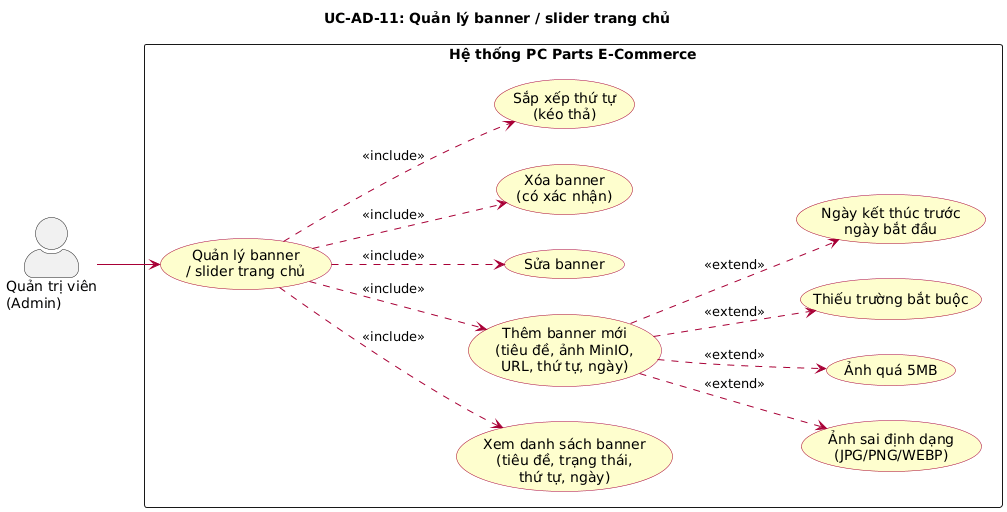
Above: docs/diagrams/images/uc_AD11_quan_ly_banner.png in huuhieu56/PC-Parts-ECommerce (PlantUML), before the change.
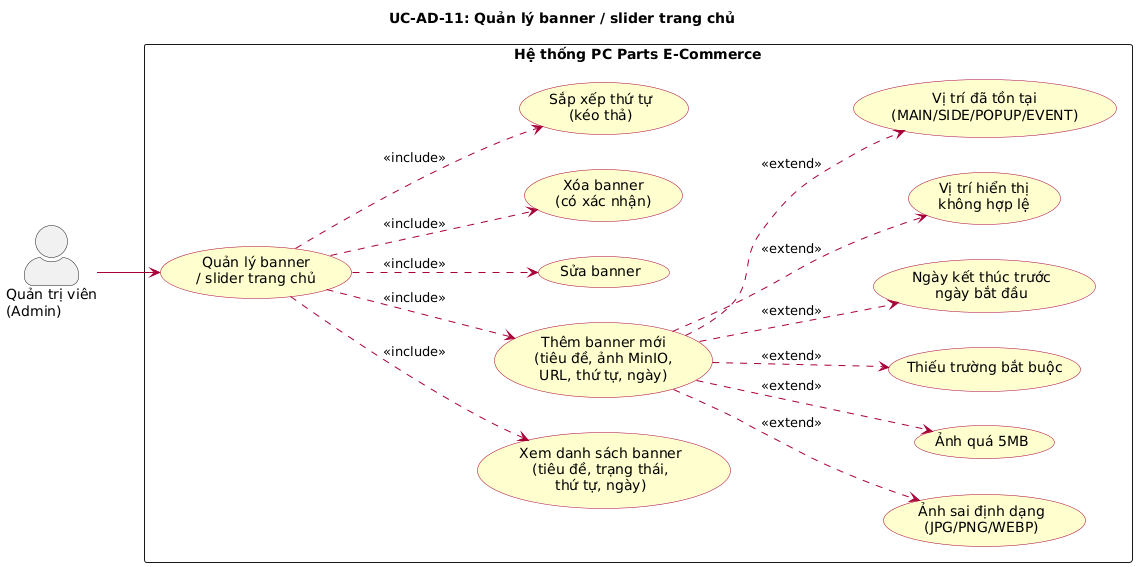
After the commit.

Change to the diagram source:
```diff
@@ -1,4 +1,4 @@
-@startuml
+@startuml uc_AD11_quan_ly_banner
 left to right direction
 skinparam actorStyle awesome
 skinparam packageStyle rectangle
@@ -23,6 +23,8 @@
   usecase "Ảnh quá 5MB" as UC_ERR_SIZE
   usecase "Thiếu trường bắt buộc" as UC_ERR_EMPTY
   usecase "Ngày kết thúc trước\nngày bắt đầu" as UC_ERR_DATE
+  usecase "Vị trí hiển thị\nkhông hợp lệ" as UC_ERR_PLACEMENT
+  usecase "Vị trí đã tồn tại\n(MAIN/SIDE/POPUP/EVENT)" as UC_ERR_DUP
 }
 
 Admin --> UC_BANNER
@@ -36,4 +38,7 @@
 UC_ADD ..> UC_ERR_SIZE : <<extend>>
 UC_ADD ..> UC_ERR_EMPTY : <<extend>>
 UC_ADD ..> UC_ERR_DATE : <<extend>>
+UC_ADD ..> UC_ERR_PLACEMENT : <<extend>>
+UC_ADD ..> UC_ERR_DUP : <<extend>>
+
 @enduml
```
